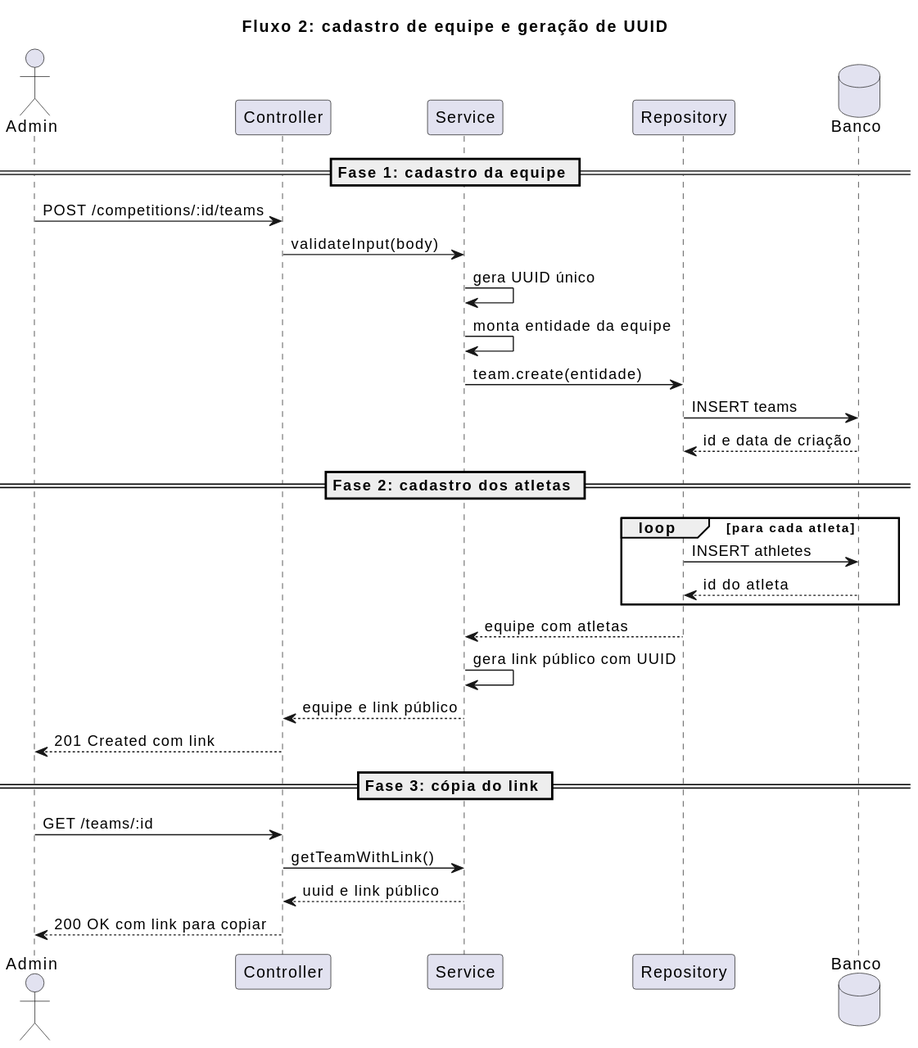
The PlantUML diagram assets/programacao/diagrama-sequencia-uml-2.svg in Julia-Khristina/RedBull, before a commit.
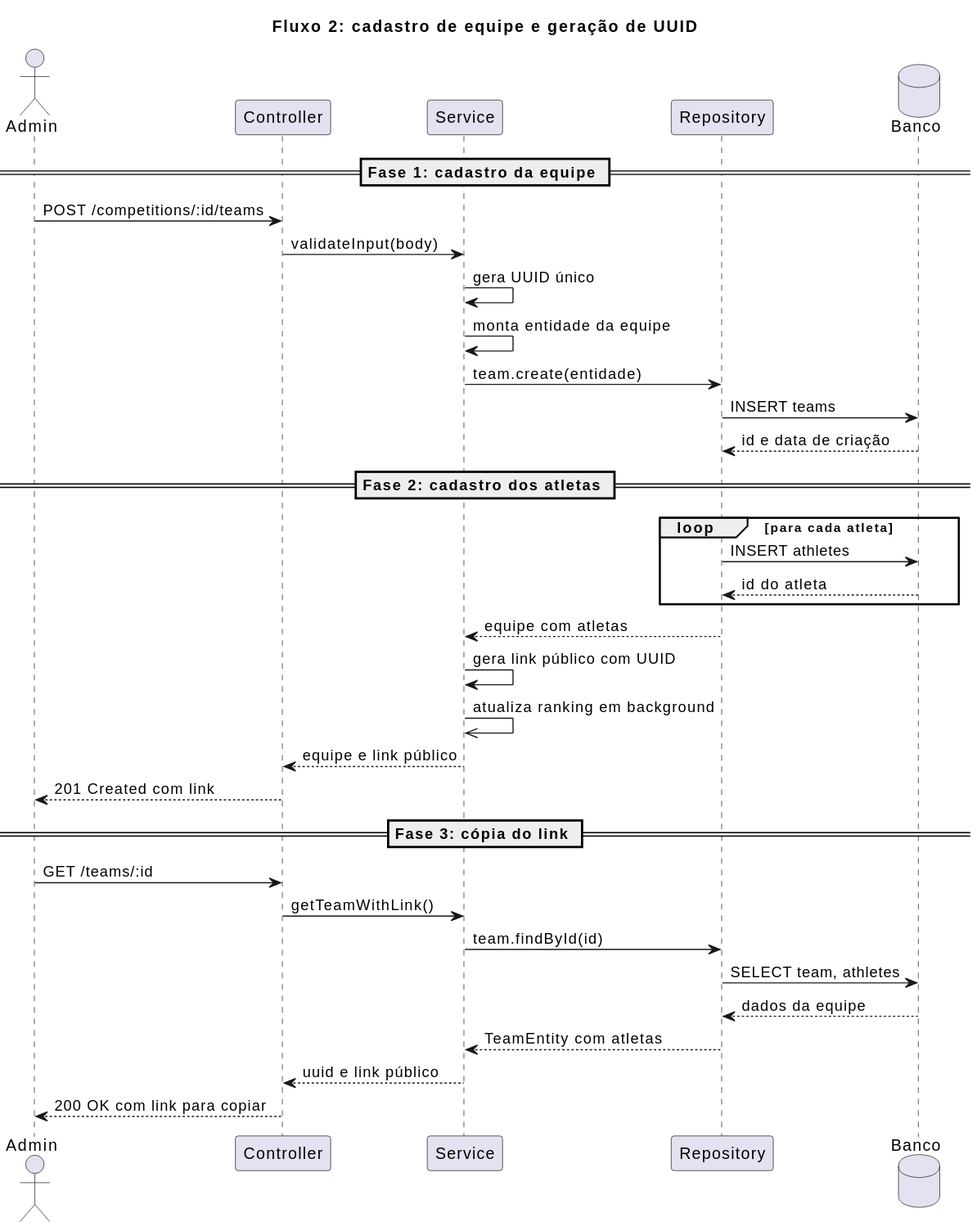
The same diagram one commit later.

Commit message:
docs(diagramas): ajusta diagramas uml personas 1 e 2

Change to the diagram source:
```diff
@@ -26,6 +26,7 @@
 
 Repository --> Service : equipe com atletas
 Service -> Service : gera link público com UUID
+Service ->> Service : atualiza ranking em background
 Service --> Controller : equipe e link público
 Controller --> Admin : 201 Created com link
 
@@ -33,6 +34,10 @@
 
 Admin -> Controller : GET /teams/:id
 Controller -> Service : getTeamWithLink()
+Service -> Repository : team.findById(id)
+Repository -> Banco : SELECT team, athletes
+Banco --> Repository : dados da equipe
+Repository --> Service : TeamEntity com atletas
 Service --> Controller : uuid e link público
 Controller --> Admin : 200 OK com link para copiar
 @enduml
```
